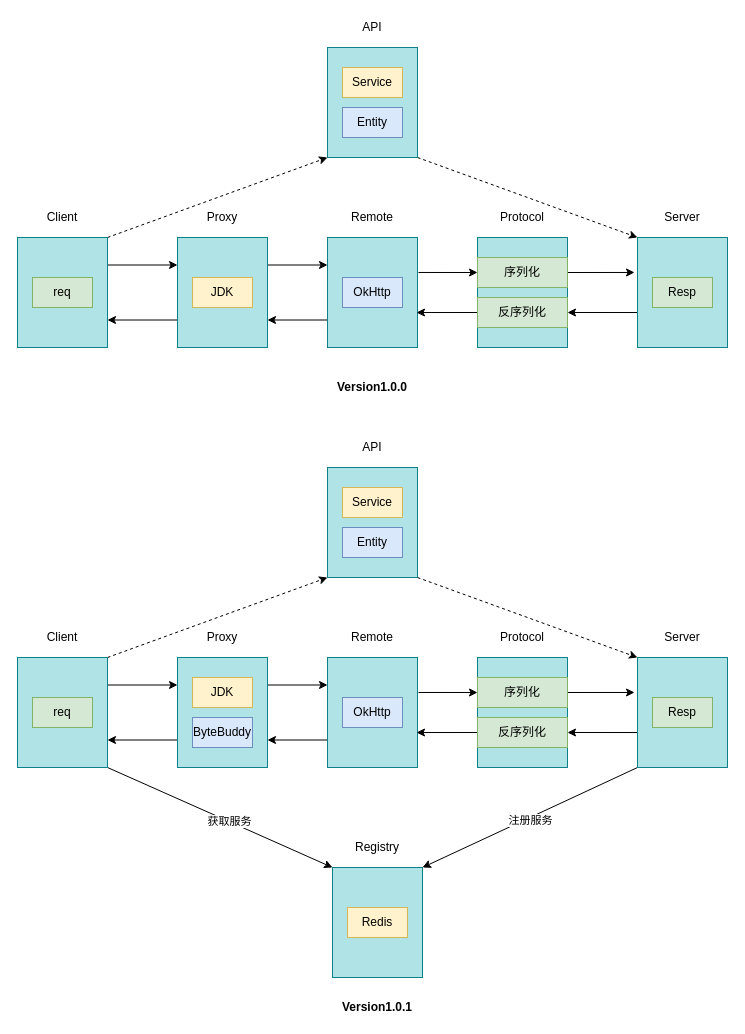
Above: jihe/rpc/oli-rpc.drawio in oliverschen/draw.io (draw.io), before the change. Source tidied: cells renumbered, new cells numbered last; positions are measured from the earlier drawing's top-left corner, leaving out a move shared by most shapes. Both pictures are drawn from the tidied source at 100%, with x=0, y=0 at pixel (17, 17).
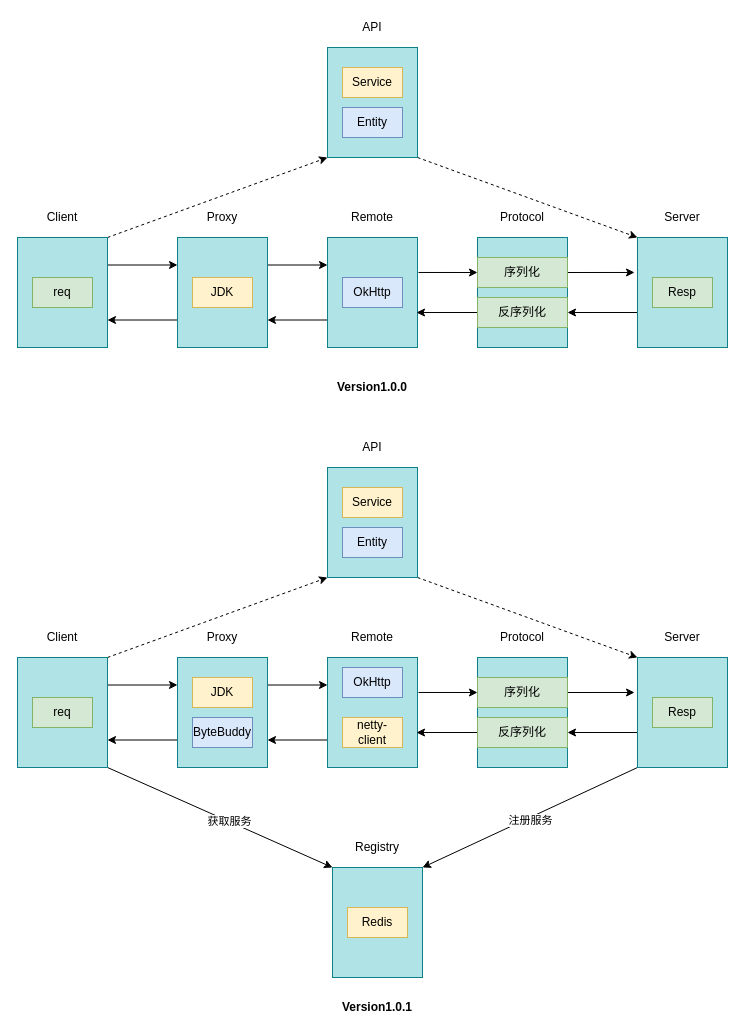
After the change.

Change to the diagram source:
```diff
@@
     <mxCell id="50" value="OkHttp" style="rounded=0;whiteSpace=wrap;html=1;fillColor=#dae8fc;strokeColor=#6c8ebf;" parent="1" vertex="1">
-      <mxGeometry x="325" y="680" width="60" height="30" as="geometry" />
+      <mxGeometry x="325" y="650" width="60" height="30" as="geometry" />
     </mxCell>
@@
+    <mxCell id="72" value="netty-client" style="rounded=0;whiteSpace=wrap;html=1;fillColor=#fff2cc;strokeColor=#d6b656;" parent="1" vertex="1">
+      <mxGeometry x="325" y="700" width="60" height="30" as="geometry" />
+    </mxCell>
```
